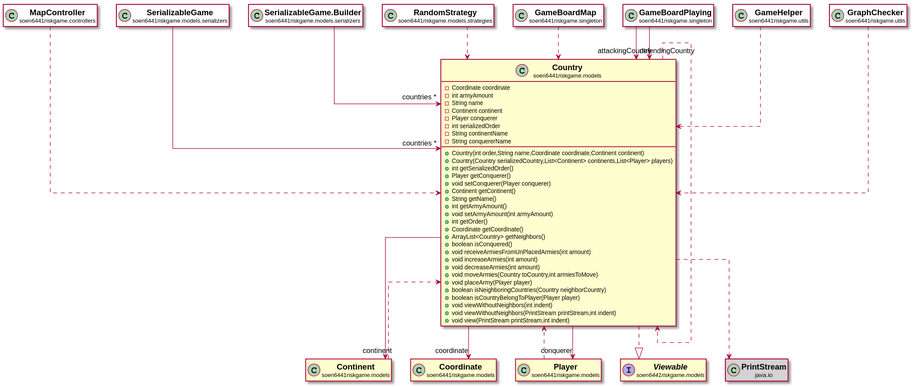
huntertran/soen6441-riskgame keeps this PlantUML diagram as docs/javadocs/soen6441riskgame/models/Country.svg. Above is the earlier version.
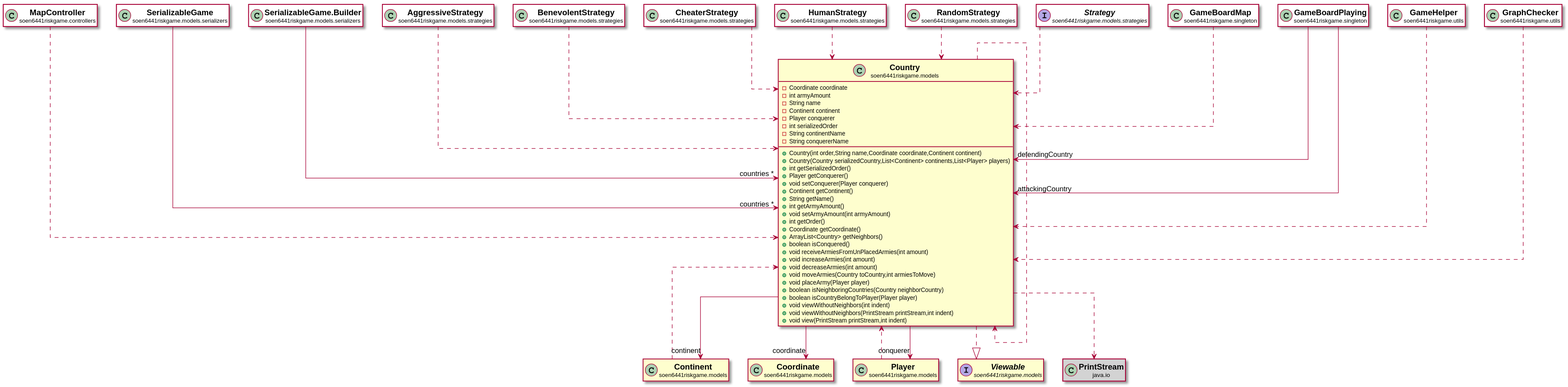
Later version of the same file.

The edit, as a diff of the source:
```diff
@@ -112,6 +112,38 @@
 
 soen6441riskgame.models.serializers.SerializableGame.Builder -->  "countries *" soen6441riskgame.models.Country
 
+class "<b><size:14>AggressiveStrategy</b>\n<size:10>soen6441riskgame.models.strategies" as soen6441riskgame.models.strategies.AggressiveStrategy  [[../../soen6441riskgame/models/strategies/AggressiveStrategy.html{soen6441riskgame.models.strategies.AggressiveStrategy}]] #white {
+}
+
+hide soen6441riskgame.models.strategies.AggressiveStrategy fields
+hide soen6441riskgame.models.strategies.AggressiveStrategy methods
+
+soen6441riskgame.models.strategies.AggressiveStrategy ..> soen6441riskgame.models.Country
+
+class "<b><size:14>BenevolentStrategy</b>\n<size:10>soen6441riskgame.models.strategies" as soen6441riskgame.models.strategies.BenevolentStrategy  [[../../soen6441riskgame/models/strategies/BenevolentStrategy.html{soen6441riskgame.models.strategies.BenevolentStrategy}]] #white {
+}
+
+hide soen6441riskgame.models.strategies.BenevolentStrategy fields
+hide soen6441riskgame.models.strategies.BenevolentStrategy methods
+
+soen6441riskgame.models.strategies.BenevolentStrategy ..> soen6441riskgame.models.Country
+
+class "<b><size:14>CheaterStrategy</b>\n<size:10>soen6441riskgame.models.strategies" as soen6441riskgame.models.strategies.CheaterStrategy  [[../../soen6441riskgame/models/strategies/CheaterStrategy.html{soen6441riskgame.models.strategies.CheaterStrategy}]] #white {
+}
+
+hide soen6441riskgame.models.strategies.CheaterStrategy fields
+hide soen6441riskgame.models.strategies.CheaterStrategy methods
+
+soen6441riskgame.models.strategies.CheaterStrategy ..> soen6441riskgame.models.Country
+
+class "<b><size:14>HumanStrategy</b>\n<size:10>soen6441riskgame.models.strategies" as soen6441riskgame.models.strategies.HumanStrategy  [[../../soen6441riskgame/models/strategies/HumanStrategy.html{soen6441riskgame.models.strategies.HumanStrategy}]] #white {
+}
+
+hide soen6441riskgame.models.strategies.HumanStrategy fields
+hide soen6441riskgame.models.strategies.HumanStrategy methods
+
+soen6441riskgame.models.strategies.HumanStrategy ..> soen6441riskgame.models.Country
+
 class "<b><size:14>RandomStrategy</b>\n<size:10>soen6441riskgame.models.strategies" as soen6441riskgame.models.strategies.RandomStrategy  [[../../soen6441riskgame/models/strategies/RandomStrategy.html{soen6441riskgame.models.strategies.RandomStrategy}]] #white {
 }
 
@@ -119,6 +151,14 @@
 hide soen6441riskgame.models.strategies.RandomStrategy methods
 
 soen6441riskgame.models.strategies.RandomStrategy ..> soen6441riskgame.models.Country
+
+interface "<b><size:14>Strategy</b>\n<size:10>soen6441riskgame.models.strategies" as soen6441riskgame.models.strategies.Strategy  [[../../soen6441riskgame/models/strategies/Strategy.html{soen6441riskgame.models.strategies.Strategy}]] #white {
+}
+
+hide soen6441riskgame.models.strategies.Strategy fields
+hide soen6441riskgame.models.strategies.Strategy methods
+
+soen6441riskgame.models.strategies.Strategy ..> soen6441riskgame.models.Country
 
 class "<b><size:14>GameBoardMap</b>\n<size:10>soen6441riskgame.singleton" as soen6441riskgame.singleton.GameBoardMap  [[../../soen6441riskgame/singleton/GameBoardMap.html{soen6441riskgame.singleton.GameBoardMap}]] #white {
 }
```
